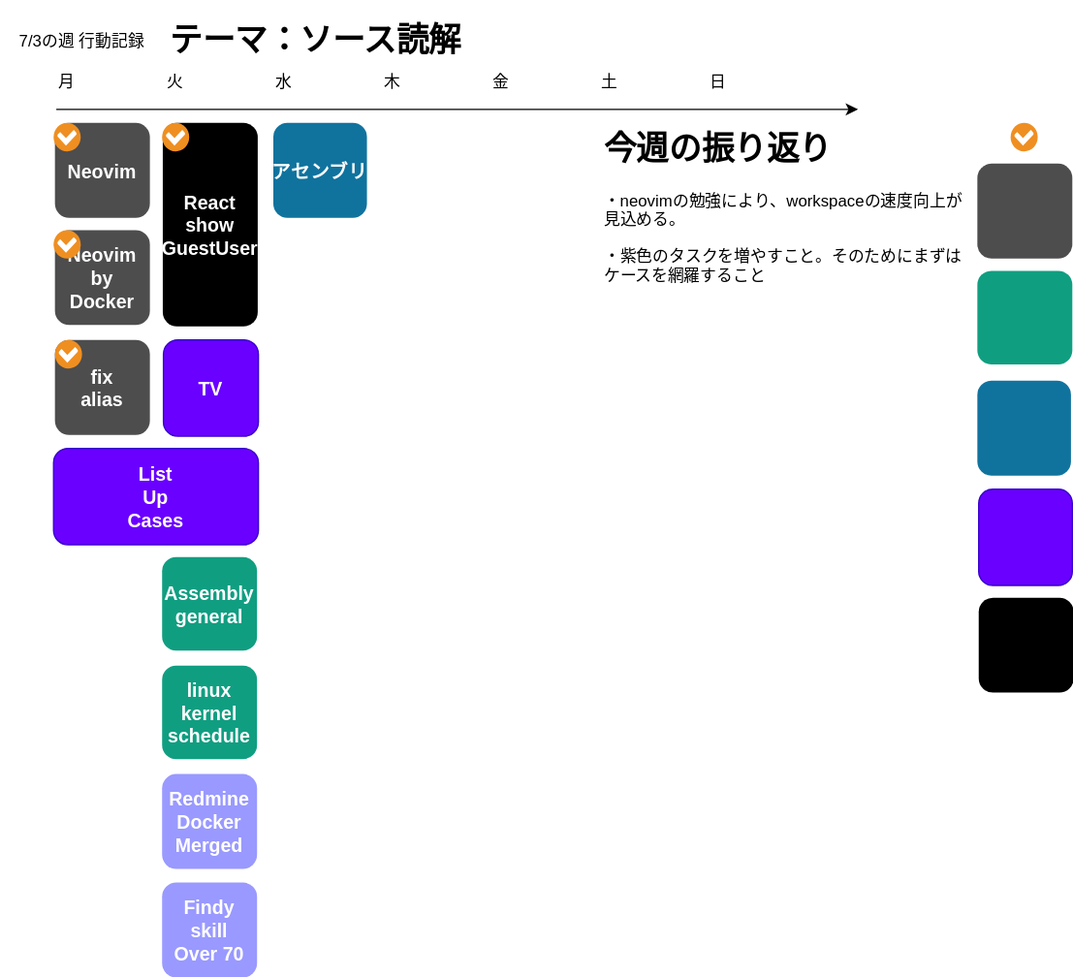
Above: 人生設計-20230703.drawio.svg in minegishirei/draw_v1 (draw.io), before the change. Source tidied: cells renumbered, new cells last; positions are measured from the earlier drawing's top-left corner, leaving out a move shared by most shapes.
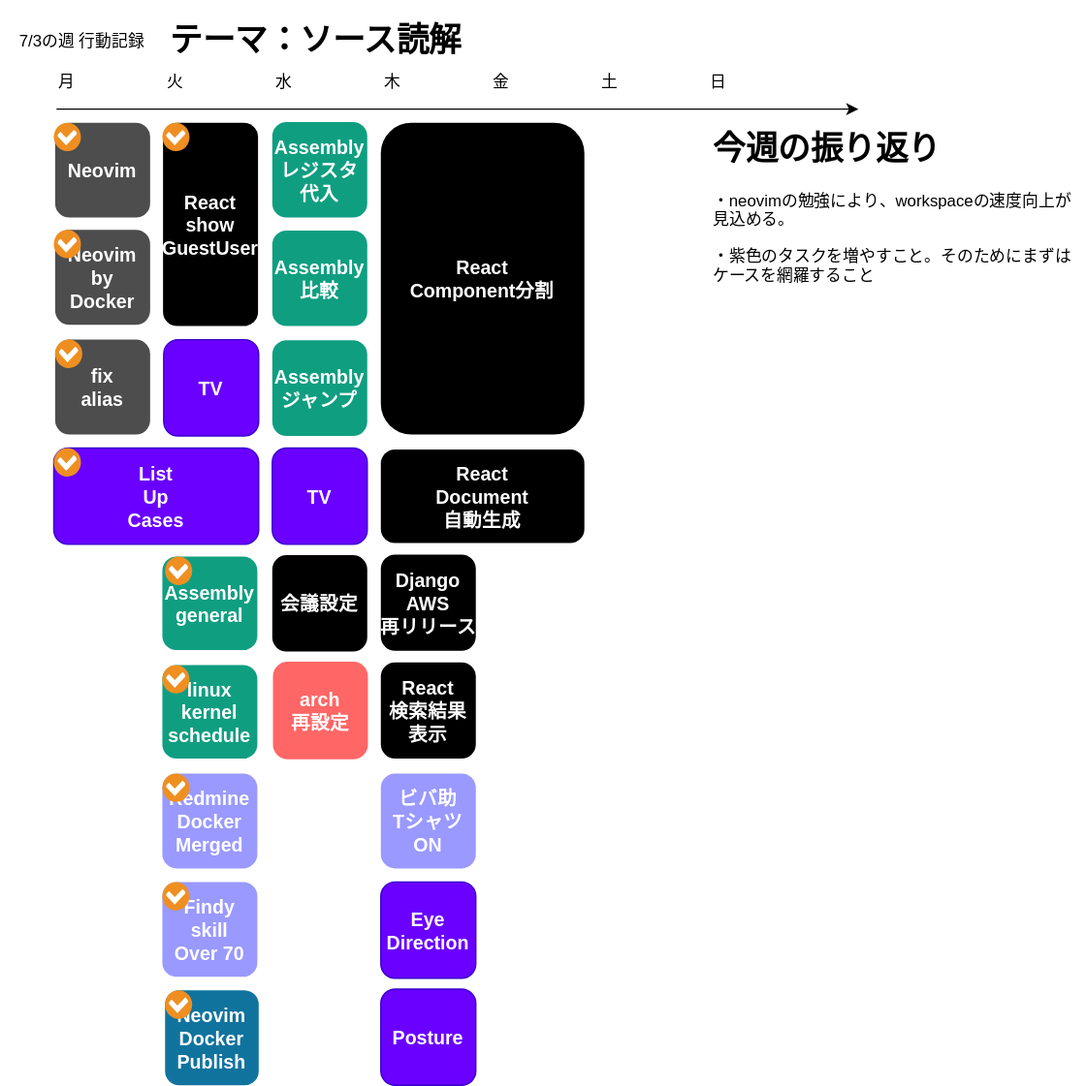
After the change.

Commit message:
人生設計-20230703.drawio.svg を追加しました。

The edit, as a diff of the source:
```diff
@@ -36,23 +36,8 @@
       </mxGeometry>
     </mxCell>
     <mxCell id="12" value="&lt;h1&gt;今週の振り返り&lt;/h1&gt;&lt;p&gt;・neovimの勉強により、workspaceの速度向上が見込める。&lt;br&gt;&lt;/p&gt;&lt;p&gt;・紫色のタスクを増やすこと。そのためにまずはケースを網羅すること&lt;/p&gt;" style="text;html=1;strokeColor=none;fillColor=none;spacing=5;spacingTop=-20;whiteSpace=wrap;overflow=hidden;rounded=0;shadow=0;" parent="1" vertex="1">
-      <mxGeometry x="440" y="80" width="280" height="190" as="geometry" />
+      <mxGeometry x="520" y="80" width="280" height="190" as="geometry" />
     </mxCell>
-    <mxCell id="13" style="rounded=1;fillColor=#10739E;strokeColor=none;shadow=0;gradientColor=none;fontStyle=1;fontColor=#FFFFFF;fontSize=14;" parent="1" vertex="1">
-      <mxGeometry x="720" y="270" width="69" height="70" as="geometry" />
-    </mxCell>
-    <mxCell id="14" style="rounded=1;fillColor=#109e81;strokeColor=none;shadow=0;gradientColor=none;fontStyle=1;fontColor=#FFFFFF;fontSize=14;" parent="1" vertex="1">
-      <mxGeometry x="720" y="189" width="70" height="69" as="geometry" />
-    </mxCell>
-    <mxCell id="15" style="rounded=1;fillColor=#4D4D4D;strokeColor=none;shadow=0;gradientColor=none;fontStyle=1;fontColor=#FFFFFF;fontSize=14;" parent="1" vertex="1">
-      <mxGeometry x="720" y="110" width="70" height="70" as="geometry" />
-    </mxCell>
-    <mxCell id="16" style="shadow=0;dashed=0;html=1;strokeColor=none;fillColor=#EF8F21;labelPosition=center;verticalLabelPosition=bottom;verticalAlign=top;align=center;shape=mxgraph.veeam.checked;" parent="1" vertex="1">
-      <mxGeometry x="744.5" y="80" width="20" height="21" as="geometry" />
-    </mxCell>
-    <mxCell id="17" style="rounded=1;fillColor=#6a00ff;strokeColor=#3700CC;shadow=0;fontStyle=1;fontColor=#ffffff;fontSize=14;" parent="1" vertex="1">
-      <mxGeometry x="721" y="350" width="69" height="71" as="geometry" />
-    </mxCell>
     <mxCell id="18" value="Neovim" style="rounded=1;fillColor=#4D4D4D;strokeColor=none;shadow=0;gradientColor=none;fontStyle=1;fontColor=#FFFFFF;fontSize=14;" parent="1" vertex="1">
       <mxGeometry x="40" y="80" width="70" height="70" as="geometry" />
     </mxCell>
@@ -74,9 +59,6 @@
     <mxCell id="24" value="List&#10;Up&#10;Cases" style="rounded=1;fillColor=#6a00ff;strokeColor=#3700CC;shadow=0;fontStyle=1;fontColor=#ffffff;fontSize=14;" parent="1" vertex="1">
       <mxGeometry x="39" y="320" width="151" height="71" as="geometry" />
     </mxCell>
-    <mxCell id="25" style="rounded=1;fillColor=#000000;strokeColor=none;shadow=0;gradientColor=none;fontStyle=1;fontColor=#FFFFFF;fontSize=14;" parent="1" vertex="1">
-      <mxGeometry x="721" y="430" width="70" height="70" as="geometry" />
-    </mxCell>
     <mxCell id="26" value="React&#10;show&#10;GuestUser" style="rounded=1;fillColor=#000000;strokeColor=none;shadow=0;gradientColor=none;fontStyle=1;fontColor=#FFFFFF;fontSize=14;" parent="1" vertex="1">
       <mxGeometry x="119.5" y="80" width="70" height="150" as="geometry" />
     </mxCell>
@@ -92,14 +74,71 @@
     <mxCell id="30" value="Assembly&#10;general" style="rounded=1;fillColor=#109e81;strokeColor=none;shadow=0;gradientColor=none;fontStyle=1;fontColor=#FFFFFF;fontSize=14;" parent="1" vertex="1">
       <mxGeometry x="119" y="400" width="70" height="69" as="geometry" />
     </mxCell>
-    <mxCell id="31" value="アセンブリ" style="rounded=1;fillColor=#10739E;strokeColor=none;shadow=0;gradientColor=none;fontStyle=1;fontColor=#FFFFFF;fontSize=14;" parent="1" vertex="1">
-      <mxGeometry x="201" y="80" width="69" height="70" as="geometry" />
-    </mxCell>
     <mxCell id="32" value="Redmine&#10;Docker&#10;Merged" style="rounded=1;fillColor=#9999FF;strokeColor=none;shadow=0;gradientColor=none;fontStyle=1;fontColor=#FFFFFF;fontSize=14;" parent="1" vertex="1">
       <mxGeometry x="119" y="560" width="70" height="70" as="geometry" />
     </mxCell>
     <mxCell id="33" value="Findy&#10;skill&#10;Over 70" style="rounded=1;fillColor=#9999FF;strokeColor=none;shadow=0;gradientColor=none;fontStyle=1;fontColor=#FFFFFF;fontSize=14;" parent="1" vertex="1">
       <mxGeometry x="119" y="640" width="70" height="70" as="geometry" />
     </mxCell>
+    <mxCell id="34" value="Neovim&#10;Docker&#10;Publish" style="rounded=1;fillColor=#10739E;strokeColor=none;shadow=0;gradientColor=none;fontStyle=1;fontColor=#FFFFFF;fontSize=14;" parent="1" vertex="1">
+      <mxGeometry x="121" y="720" width="69" height="70" as="geometry" />
+    </mxCell>
+    <mxCell id="35" style="shadow=0;dashed=0;html=1;strokeColor=none;fillColor=#EF8F21;labelPosition=center;verticalLabelPosition=bottom;verticalAlign=top;align=center;shape=mxgraph.veeam.checked;" parent="1" vertex="1">
+      <mxGeometry x="121" y="400" width="20" height="21" as="geometry" />
+    </mxCell>
+    <mxCell id="36" style="shadow=0;dashed=0;html=1;strokeColor=none;fillColor=#EF8F21;labelPosition=center;verticalLabelPosition=bottom;verticalAlign=top;align=center;shape=mxgraph.veeam.checked;" parent="1" vertex="1">
+      <mxGeometry x="39" y="320" width="20" height="21" as="geometry" />
+    </mxCell>
+    <mxCell id="37" style="shadow=0;dashed=0;html=1;strokeColor=none;fillColor=#EF8F21;labelPosition=center;verticalLabelPosition=bottom;verticalAlign=top;align=center;shape=mxgraph.veeam.checked;" parent="1" vertex="1">
+      <mxGeometry x="119" y="480" width="20" height="21" as="geometry" />
+    </mxCell>
+    <mxCell id="38" style="shadow=0;dashed=0;html=1;strokeColor=none;fillColor=#EF8F21;labelPosition=center;verticalLabelPosition=bottom;verticalAlign=top;align=center;shape=mxgraph.veeam.checked;" parent="1" vertex="1">
+      <mxGeometry x="119" y="560" width="20" height="21" as="geometry" />
+    </mxCell>
+    <mxCell id="39" style="shadow=0;dashed=0;html=1;strokeColor=none;fillColor=#EF8F21;labelPosition=center;verticalLabelPosition=bottom;verticalAlign=top;align=center;shape=mxgraph.veeam.checked;" parent="1" vertex="1">
+      <mxGeometry x="121" y="720" width="20" height="21" as="geometry" />
+    </mxCell>
+    <mxCell id="40" style="shadow=0;dashed=0;html=1;strokeColor=none;fillColor=#EF8F21;labelPosition=center;verticalLabelPosition=bottom;verticalAlign=top;align=center;shape=mxgraph.veeam.checked;" parent="1" vertex="1">
+      <mxGeometry x="119" y="640" width="20" height="21" as="geometry" />
+    </mxCell>
+    <mxCell id="41" value="Assembly&#10;レジスタ&#10;代入" style="rounded=1;fillColor=#109e81;strokeColor=none;shadow=0;gradientColor=none;fontStyle=1;fontColor=#FFFFFF;fontSize=14;" parent="1" vertex="1">
+      <mxGeometry x="200" y="79.5" width="70" height="70.5" as="geometry" />
+    </mxCell>
+    <mxCell id="42" value="TV" style="rounded=1;fillColor=#6a00ff;strokeColor=#3700CC;shadow=0;fontStyle=1;fontColor=#ffffff;fontSize=14;" parent="1" vertex="1">
+      <mxGeometry x="200" y="320" width="70" height="71" as="geometry" />
+    </mxCell>
+    <mxCell id="43" value="会議設定" style="rounded=1;fillColor=#000000;strokeColor=none;shadow=0;gradientColor=none;fontStyle=1;fontColor=#FFFFFF;fontSize=14;" parent="1" vertex="1">
+      <mxGeometry x="200" y="399" width="70" height="71" as="geometry" />
+    </mxCell>
+    <mxCell id="44" value="Assembly&#10;比較" style="rounded=1;fillColor=#109e81;strokeColor=none;shadow=0;gradientColor=none;fontStyle=1;fontColor=#FFFFFF;fontSize=14;" parent="1" vertex="1">
+      <mxGeometry x="200" y="159.5" width="70" height="70.5" as="geometry" />
+    </mxCell>
+    <mxCell id="45" value="Assembly&#10;ジャンプ" style="rounded=1;fillColor=#109e81;strokeColor=none;shadow=0;gradientColor=none;fontStyle=1;fontColor=#FFFFFF;fontSize=14;" parent="1" vertex="1">
+      <mxGeometry x="200" y="240.5" width="70" height="70.5" as="geometry" />
+    </mxCell>
+    <mxCell id="46" value="arch&#10;再設定" style="rounded=1;fillColor=#FF6666;strokeColor=#FF6666;shadow=0;fontStyle=1;fontColor=#ffffff;fontSize=14;" parent="1" vertex="1">
+      <mxGeometry x="201" y="478" width="69" height="71" as="geometry" />
+    </mxCell>
+    <mxCell id="47" value="Django&#10;AWS&#10;再リリース" style="rounded=1;fillColor=#000000;strokeColor=none;shadow=0;gradientColor=none;fontStyle=1;fontColor=#FFFFFF;fontSize=14;" parent="1" vertex="1">
+      <mxGeometry x="280" y="398.5" width="70" height="71" as="geometry" />
+    </mxCell>
+    <mxCell id="48" value="React&#10;検索結果&#10;表示" style="rounded=1;fillColor=#000000;strokeColor=none;shadow=0;gradientColor=none;fontStyle=1;fontColor=#FFFFFF;fontSize=14;" parent="1" vertex="1">
+      <mxGeometry x="280" y="478" width="70" height="71" as="geometry" />
+    </mxCell>
+    <mxCell id="49" value="React&#10;Component分割" style="rounded=1;fillColor=#000000;strokeColor=none;shadow=0;gradientColor=none;fontStyle=1;fontColor=#FFFFFF;fontSize=14;" parent="1" vertex="1">
+      <mxGeometry x="280" y="80" width="150" height="230" as="geometry" />
+    </mxCell>
+    <mxCell id="50" value="React&#10;Document&#10;自動生成" style="rounded=1;fillColor=#000000;strokeColor=none;shadow=0;gradientColor=none;fontStyle=1;fontColor=#FFFFFF;fontSize=14;" parent="1" vertex="1">
+      <mxGeometry x="280" y="321" width="150" height="69" as="geometry" />
+    </mxCell>
+    <mxCell id="51" value="ビバ助&#10;Tシャツ&#10;ON" style="rounded=1;fillColor=#9999FF;strokeColor=none;shadow=0;gradientColor=none;fontStyle=1;fontColor=#FFFFFF;fontSize=14;" parent="1" vertex="1">
+      <mxGeometry x="280" y="560" width="70" height="70" as="geometry" />
+    </mxCell>
+    <mxCell id="52" value="Eye&#10;Direction" style="rounded=1;fillColor=#6a00ff;strokeColor=#3700CC;shadow=0;fontStyle=1;fontColor=#ffffff;fontSize=14;" parent="1" vertex="1">
+      <mxGeometry x="280" y="640" width="70" height="71" as="geometry" />
+    </mxCell>
+    <mxCell id="53" value="Posture" style="rounded=1;fillColor=#6a00ff;strokeColor=#3700CC;shadow=0;fontStyle=1;fontColor=#ffffff;fontSize=14;" parent="1" vertex="1">
+      <mxGeometry x="280" y="719" width="70" height="71" as="geometry" />
+    </mxCell>
   </root>
 </mxGraphModel>
```
